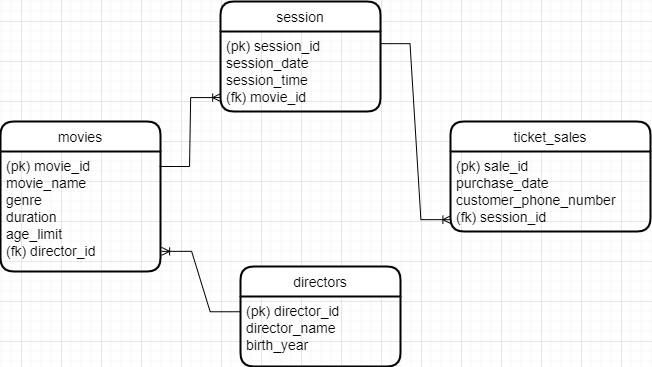
Above: task2-uakhitov.png in Kolesa-Education/kolesa-upgrade-homework-4 (draw.io), before the change. Source tidied: cells renumbered, new cells last; positions are measured from the earlier drawing's top-left corner, leaving out a move shared by most shapes. Source of this version:
```xml
<mxGraphModel>
  <root>
    <mxCell id="0" />
    <mxCell id="1" parent="0" />
    <mxCell id="2" value="movies" style="swimlane;horizontal=1;startSize=30;rounded=1;fontSize=14;fontStyle=0;strokeWidth=2;shadow=0;dashed=0;align=center;" parent="1" vertex="1">
      <mxGeometry y="120" width="160" height="150" as="geometry" />
    </mxCell>
    <mxCell id="3" value="(pk) movie_id&#10;movie_name&#10;genre&#10;duration&#10;age_limit&#10;(fk) director_id" style="align=left;strokeColor=none;fillColor=none;spacingLeft=4;fontSize=14;verticalAlign=top;" parent="2" vertex="1">
      <mxGeometry y="30" width="160" height="120" as="geometry" />
    </mxCell>
    <mxCell id="4" value="directors" style="swimlane;horizontal=1;startSize=30;rounded=1;fontSize=14;fontStyle=0;strokeWidth=2;shadow=0;dashed=0;align=center;" parent="1" vertex="1">
      <mxGeometry x="240" y="265" width="160" height="100" as="geometry" />
    </mxCell>
    <mxCell id="5" value="(pk) director_id&#10;director_name&#10;birth_year" style="align=left;strokeColor=none;fillColor=none;spacingLeft=4;fontSize=14;verticalAlign=top;" parent="4" vertex="1">
      <mxGeometry y="30" width="160" height="70" as="geometry" />
    </mxCell>
    <mxCell id="6" value="ticket_sales" style="swimlane;horizontal=1;startSize=30;rounded=1;fontSize=14;fontStyle=0;strokeWidth=2;shadow=0;dashed=0;align=center;" parent="1" vertex="1">
      <mxGeometry x="450" y="120" width="200" height="110" as="geometry" />
    </mxCell>
    <mxCell id="7" value="(pk) sale_id&#10;purchase_date&#10;customer_phone_number&#10;(fk) session_id" style="align=left;strokeColor=none;fillColor=none;spacingLeft=4;fontSize=14;verticalAlign=top;" parent="6" vertex="1">
      <mxGeometry y="30" width="200" height="80" as="geometry" />
    </mxCell>
    <mxCell id="8" value="session" style="swimlane;horizontal=1;startSize=30;rounded=1;fontSize=14;fontStyle=0;strokeWidth=2;shadow=0;dashed=0;align=center;" parent="1" vertex="1">
      <mxGeometry x="220" width="160" height="110" as="geometry" />
    </mxCell>
    <mxCell id="9" value="(pk) session_id&#10;session_date&#10;session_time&#10;(fk) movie_id" style="align=left;strokeColor=none;fillColor=none;spacingLeft=4;fontSize=14;verticalAlign=top;" parent="8" vertex="1">
      <mxGeometry y="30" width="160" height="80" as="geometry" />
    </mxCell>
    <mxCell id="10" style="edgeStyle=entityRelationEdgeStyle;fontSize=12;html=1;endArrow=ERoneToMany;rounded=0;exitX=0.994;exitY=0.125;exitDx=0;exitDy=0;exitPerimeter=0;entryX=0.001;entryY=0.826;entryDx=0;entryDy=0;entryPerimeter=0;" parent="1" edge="1" source="3" target="9">
      <mxGeometry relative="1" as="geometry" />
    </mxCell>
    <mxCell id="11" style="edgeStyle=entityRelationEdgeStyle;fontSize=12;html=1;endArrow=ERoneToMany;rounded=0;exitX=0.997;exitY=0.152;exitDx=0;exitDy=0;exitPerimeter=0;entryX=0.002;entryY=0.852;entryDx=0;entryDy=0;entryPerimeter=0;" parent="1" edge="1" source="9" target="7">
      <mxGeometry relative="1" as="geometry" />
    </mxCell>
    <mxCell id="12" style="edgeStyle=entityRelationEdgeStyle;fontSize=12;html=1;endArrow=ERoneToMany;rounded=0;exitX=-0.002;exitY=0.218;exitDx=0;exitDy=0;entryX=1.007;entryY=0.832;entryDx=0;entryDy=0;exitPerimeter=0;entryPerimeter=0;" parent="1" edge="1" source="5" target="3">
      <mxGeometry relative="1" as="geometry" />
    </mxCell>
  </root>
</mxGraphModel>
```
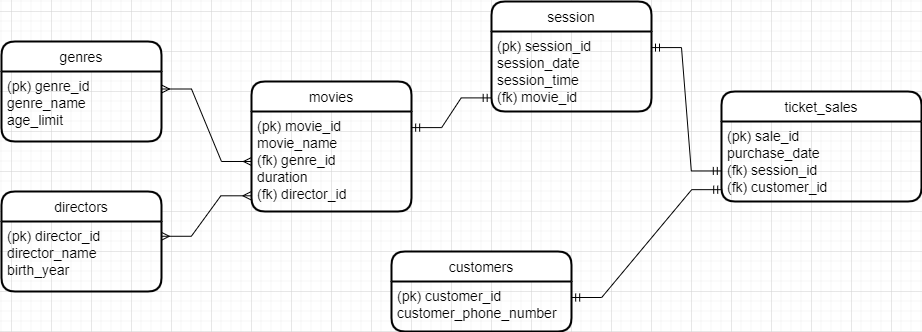
Later version of the same file.

What changed in the source:
```diff
@@ -3,37 +3,55 @@
     <mxCell id="0" />
     <mxCell id="1" parent="0" />
     <mxCell id="2" value="movies" style="swimlane;horizontal=1;startSize=30;rounded=1;fontSize=14;fontStyle=0;strokeWidth=2;shadow=0;dashed=0;align=center;" parent="1" vertex="1">
-      <mxGeometry y="120" width="160" height="150" as="geometry" />
+      <mxGeometry x="300" y="210" width="160" height="130" as="geometry" />
     </mxCell>
-    <mxCell id="3" value="(pk) movie_id&#10;movie_name&#10;genre&#10;duration&#10;age_limit&#10;(fk) director_id" style="align=left;strokeColor=none;fillColor=none;spacingLeft=4;fontSize=14;verticalAlign=top;" parent="2" vertex="1">
-      <mxGeometry y="30" width="160" height="120" as="geometry" />
+    <mxCell id="3" value="(pk) movie_id&#10;movie_name&#10;(fk) genre_id&#10;duration&#10;(fk) director_id" style="align=left;strokeColor=none;fillColor=none;spacingLeft=4;fontSize=14;verticalAlign=top;" parent="2" vertex="1">
+      <mxGeometry y="30" width="160" height="100" as="geometry" />
     </mxCell>
     <mxCell id="4" value="directors" style="swimlane;horizontal=1;startSize=30;rounded=1;fontSize=14;fontStyle=0;strokeWidth=2;shadow=0;dashed=0;align=center;" parent="1" vertex="1">
-      <mxGeometry x="240" y="265" width="160" height="100" as="geometry" />
+      <mxGeometry x="50" y="320" width="160" height="100" as="geometry" />
     </mxCell>
     <mxCell id="5" value="(pk) director_id&#10;director_name&#10;birth_year" style="align=left;strokeColor=none;fillColor=none;spacingLeft=4;fontSize=14;verticalAlign=top;" parent="4" vertex="1">
       <mxGeometry y="30" width="160" height="70" as="geometry" />
     </mxCell>
     <mxCell id="6" value="ticket_sales" style="swimlane;horizontal=1;startSize=30;rounded=1;fontSize=14;fontStyle=0;strokeWidth=2;shadow=0;dashed=0;align=center;" parent="1" vertex="1">
-      <mxGeometry x="450" y="120" width="200" height="110" as="geometry" />
+      <mxGeometry x="770" y="220" width="200" height="110" as="geometry" />
     </mxCell>
-    <mxCell id="7" value="(pk) sale_id&#10;purchase_date&#10;customer_phone_number&#10;(fk) session_id" style="align=left;strokeColor=none;fillColor=none;spacingLeft=4;fontSize=14;verticalAlign=top;" parent="6" vertex="1">
+    <mxCell id="7" value="(pk) sale_id&#10;purchase_date&#10;(fk) session_id&#10;(fk) customer_id" style="align=left;strokeColor=none;fillColor=none;spacingLeft=4;fontSize=14;verticalAlign=top;" parent="6" vertex="1">
       <mxGeometry y="30" width="200" height="80" as="geometry" />
     </mxCell>
     <mxCell id="8" value="session" style="swimlane;horizontal=1;startSize=30;rounded=1;fontSize=14;fontStyle=0;strokeWidth=2;shadow=0;dashed=0;align=center;" parent="1" vertex="1">
-      <mxGeometry x="220" width="160" height="110" as="geometry" />
+      <mxGeometry x="540" y="130" width="160" height="110" as="geometry" />
     </mxCell>
     <mxCell id="9" value="(pk) session_id&#10;session_date&#10;session_time&#10;(fk) movie_id" style="align=left;strokeColor=none;fillColor=none;spacingLeft=4;fontSize=14;verticalAlign=top;" parent="8" vertex="1">
       <mxGeometry y="30" width="160" height="80" as="geometry" />
     </mxCell>
+    <mxCell id="13" value="genres" style="swimlane;horizontal=1;startSize=30;rounded=1;fontSize=14;fontStyle=0;strokeWidth=2;shadow=0;dashed=0;align=center;" parent="1" vertex="1">
+      <mxGeometry x="50" y="170" width="160" height="100" as="geometry" />
+    </mxCell>
+    <mxCell id="14" value="(pk) genre_id&#10;genre_name&#10;age_limit" style="align=left;strokeColor=none;fillColor=none;spacingLeft=4;fontSize=14;verticalAlign=top;" parent="13" vertex="1">
+      <mxGeometry y="30" width="160" height="70" as="geometry" />
+    </mxCell>
+    <mxCell id="15" style="edgeStyle=entityRelationEdgeStyle;fontSize=12;html=1;endArrow=ERmany;startArrow=ERmany;rounded=0;entryX=1;entryY=0.25;entryDx=0;entryDy=0;exitX=0;exitY=0.5;exitDx=0;exitDy=0;" parent="1" edge="1" source="3" target="14">
+      <mxGeometry relative="1" as="geometry" />
+    </mxCell>
+    <mxCell id="16" value="customers" style="swimlane;horizontal=1;startSize=30;rounded=1;fontSize=14;fontStyle=0;strokeWidth=2;shadow=0;dashed=0;align=center;" parent="1" vertex="1">
+      <mxGeometry x="440" y="380" width="180" height="80" as="geometry" />
+    </mxCell>
+    <mxCell id="17" value="(pk) customer_id&#10;customer_phone_number" style="align=left;strokeColor=none;fillColor=none;spacingLeft=4;fontSize=14;verticalAlign=top;" parent="16" vertex="1">
+      <mxGeometry y="30" width="180" height="50" as="geometry" />
+    </mxCell>
+    <mxCell id="12" style="edgeStyle=entityRelationEdgeStyle;fontSize=12;html=1;endArrow=ERmany;startArrow=ERmany;rounded=0;exitX=0.999;exitY=0.211;exitDx=0;exitDy=0;entryX=-0.004;entryY=0.843;entryDx=0;entryDy=0;entryPerimeter=0;exitPerimeter=0;" parent="1" edge="1" source="5" target="3">
+      <mxGeometry relative="1" as="geometry" />
+    </mxCell>
+    <mxCell id="18" style="edgeStyle=entityRelationEdgeStyle;fontSize=12;html=1;endArrow=ERmandOne;startArrow=ERmandOne;rounded=0;entryX=0.001;entryY=0.852;entryDx=0;entryDy=0;exitX=1.001;exitY=0.32;exitDx=0;exitDy=0;exitPerimeter=0;entryPerimeter=0;" parent="1" edge="1" source="17" target="7">
+      <mxGeometry relative="1" as="geometry" />
+    </mxCell>
-    <mxCell id="10" style="edgeStyle=entityRelationEdgeStyle;fontSize=12;html=1;endArrow=ERoneToMany;rounded=0;exitX=0.994;exitY=0.125;exitDx=0;exitDy=0;exitPerimeter=0;entryX=0.001;entryY=0.826;entryDx=0;entryDy=0;entryPerimeter=0;" parent="1" edge="1" source="3" target="9">
+    <mxCell id="10" style="edgeStyle=entityRelationEdgeStyle;fontSize=12;html=1;endArrow=ERmandOne;startArrow=ERmandOne;rounded=0;entryX=-0.002;entryY=0.83;entryDx=0;entryDy=0;exitX=1.001;exitY=0.161;exitDx=0;exitDy=0;exitPerimeter=0;entryPerimeter=0;" parent="1" edge="1" source="3" target="9">
       <mxGeometry relative="1" as="geometry" />
     </mxCell>
-    <mxCell id="11" style="edgeStyle=entityRelationEdgeStyle;fontSize=12;html=1;endArrow=ERoneToMany;rounded=0;exitX=0.997;exitY=0.152;exitDx=0;exitDy=0;exitPerimeter=0;entryX=0.002;entryY=0.852;entryDx=0;entryDy=0;entryPerimeter=0;" parent="1" edge="1" source="9" target="7">
+    <mxCell id="11" style="edgeStyle=entityRelationEdgeStyle;fontSize=12;html=1;endArrow=ERmandOne;startArrow=ERmandOne;rounded=0;exitX=1;exitY=0.201;exitDx=0;exitDy=0;entryX=-0.001;entryY=0.618;entryDx=0;entryDy=0;entryPerimeter=0;exitPerimeter=0;" parent="1" edge="1" source="9" target="7">
       <mxGeometry relative="1" as="geometry" />
     </mxCell>
-    <mxCell id="12" style="edgeStyle=entityRelationEdgeStyle;fontSize=12;html=1;endArrow=ERoneToMany;rounded=0;exitX=-0.002;exitY=0.218;exitDx=0;exitDy=0;entryX=1.007;entryY=0.832;entryDx=0;entryDy=0;exitPerimeter=0;entryPerimeter=0;" parent="1" edge="1" source="5" target="3">
-      <mxGeometry relative="1" as="geometry" />
-    </mxCell>
   </root>
 </mxGraphModel>
```
